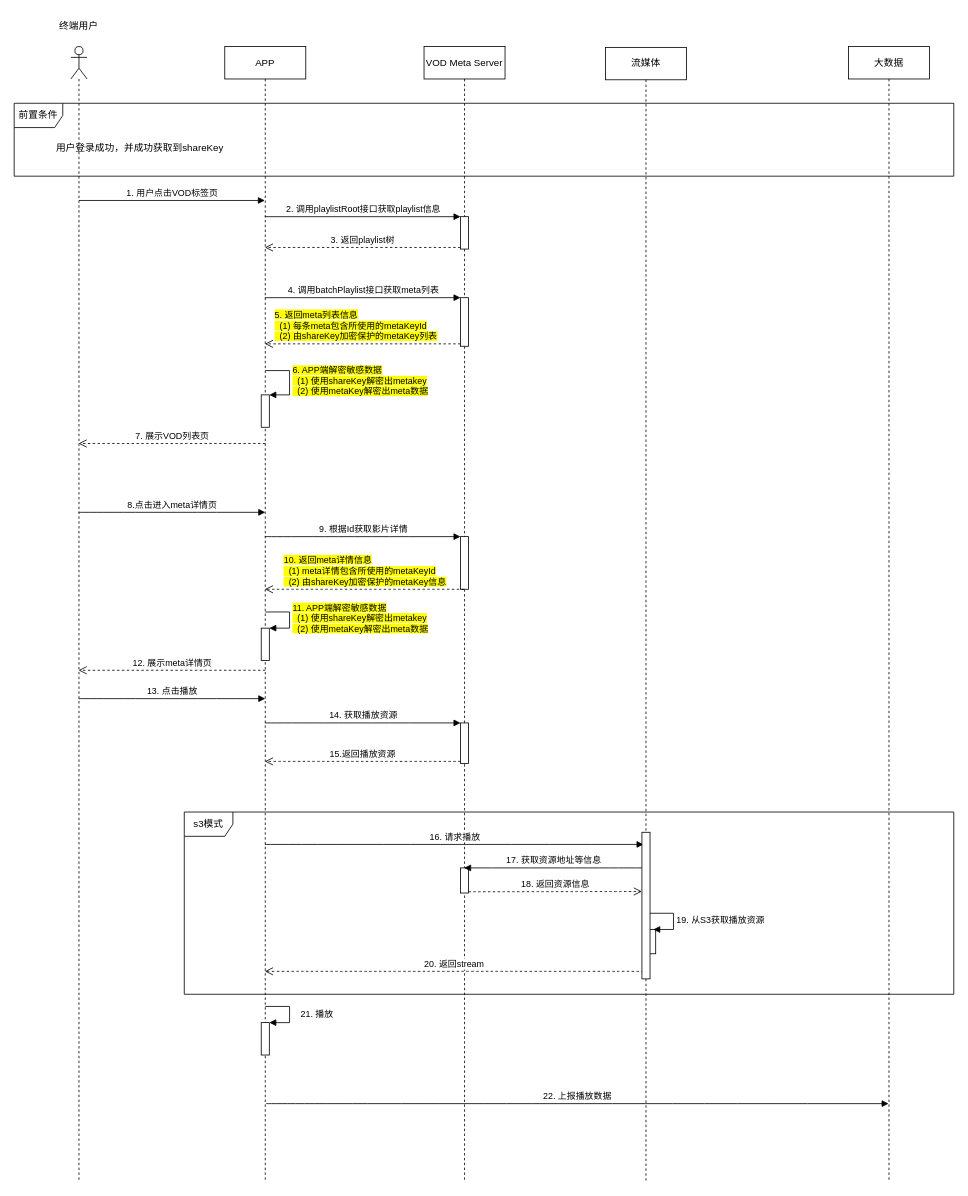
Earlier version of the draw.io diagram VOD-E2EE.drawio (beixiaohai/zerotrust). Source tidied: cells renumbered, new cells numbered last; positions are measured from the earlier drawing's top-left corner, leaving out a move shared by most shapes. Both pictures are drawn from the tidied source at 81%, with x=0, y=0 at pixel (14, 14).
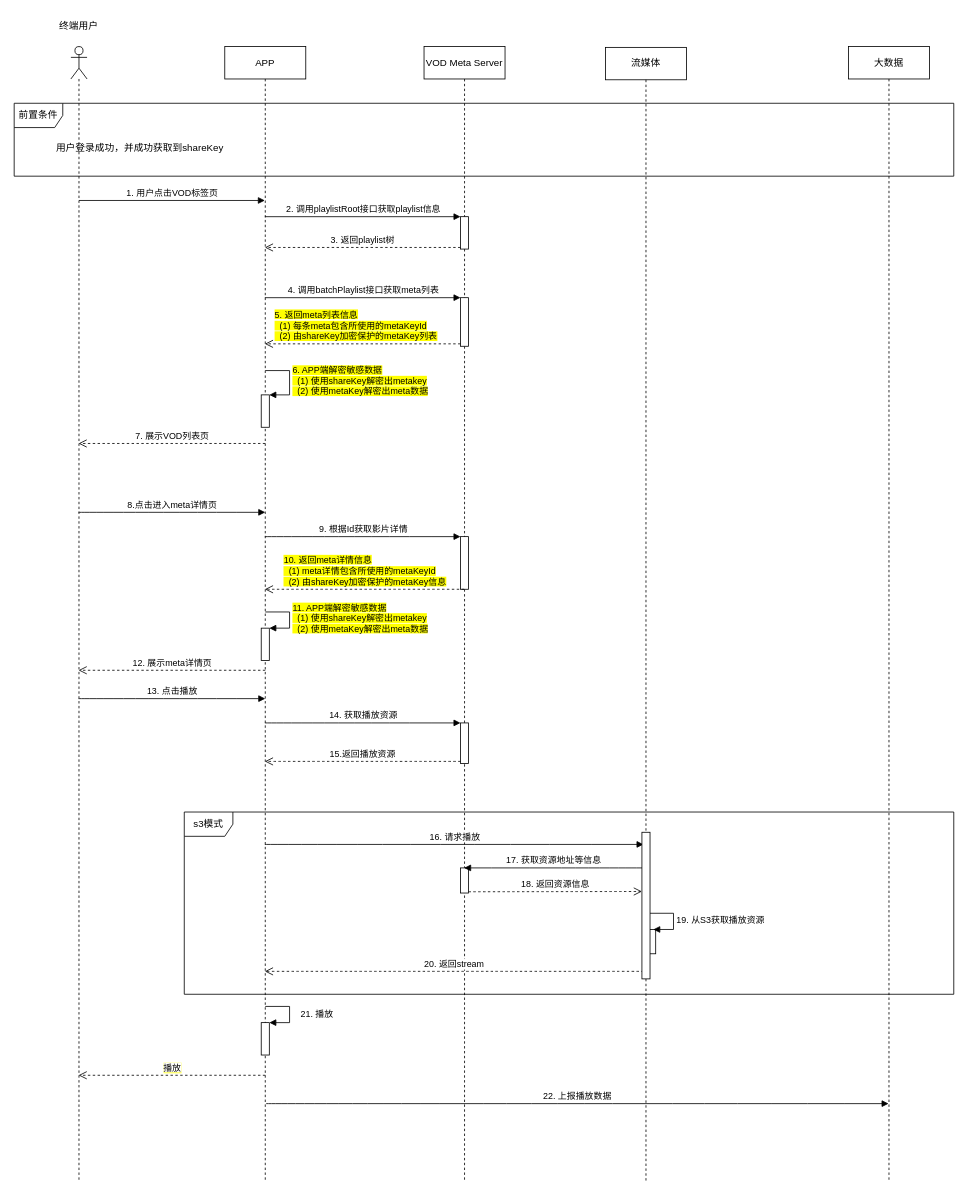
Above is the later version.

Unchanged cells that the change refers to:
```xml
<mxCell id="29" style="shape=umlLifeline;participant=umlActor;perimeter=lifelinePerimeter;whiteSpace=wrap;html=1;verticalAlign=top;spacingTop=36;outlineConnect=0;" parent="1" vertex="1">
  <mxGeometry x="70" y="40" width="20" height="1400" as="geometry" />
</mxCell>
```

What changed in the source:
```diff
@@
+    <mxCell id="43" value="&lt;span style=&quot;background-color: rgb(255, 255, 255);&quot;&gt;播放&lt;/span&gt;" style="html=1;verticalAlign=bottom;endArrow=open;dashed=1;endSize=8;rounded=0;labelBackgroundColor=#FFFF00;" parent="1" edge="1" target="29">
+      <mxGeometry relative="1" as="geometry">
+        <mxPoint x="310" y="1310" as="sourcePoint" />
+      </mxGeometry>
+    </mxCell>
```
